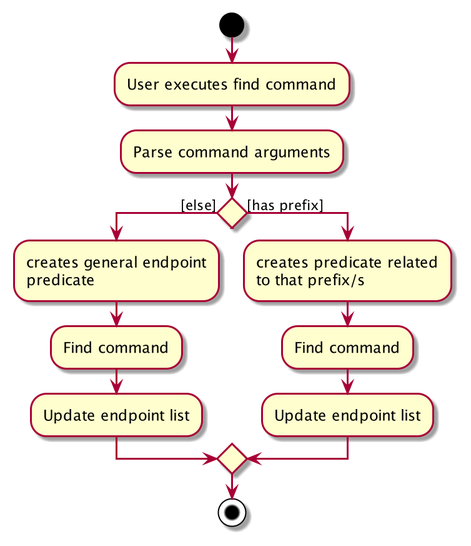
The PlantUML diagram docs/images/FindActivityDiagram.png in nus-cs2103-AY2021S2/tp, before a commit.
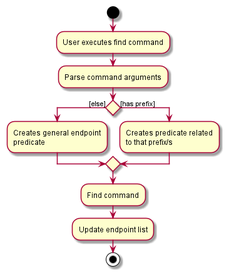
The same diagram one commit later.

Diff of the diagram source:
```diff
@@ -4,15 +4,14 @@
 :Parse command arguments;
 
 if () then ([else])
-    :creates general endpoint
+    :Creates general endpoint
     predicate;
+else ([has prefix])
+    :Creates predicate related
+    to that prefix/s;
+
+endif
     :Find command;
     :Update endpoint list;
-else ([has prefix])
-    :creates predicate related
-    to that prefix/s;
-    :Find command;
-    :Update endpoint list;
-endif
 stop
 @enduml
```
